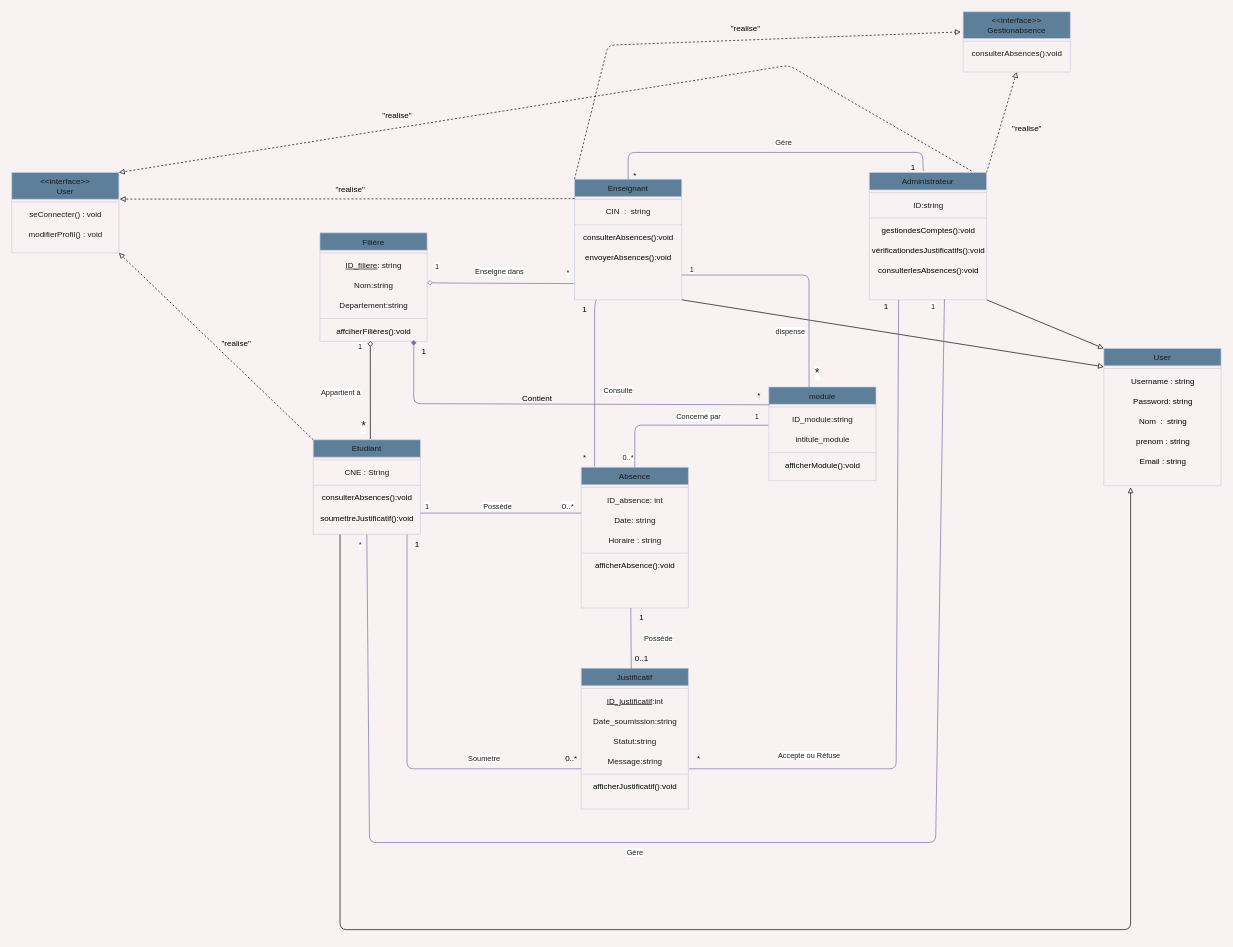
Above: uml/diagrame_de_classe.drawio in Marcel-Fassou-28/Gestion_Absence_PFA (draw.io), before the change. Source tidied: cells renumbered, new cells numbered last; positions are measured from the earlier drawing's top-left corner, leaving out a move shared by most shapes. Both pictures are drawn from the tidied source at 67%, with x=0, y=0 at pixel (11, 11).
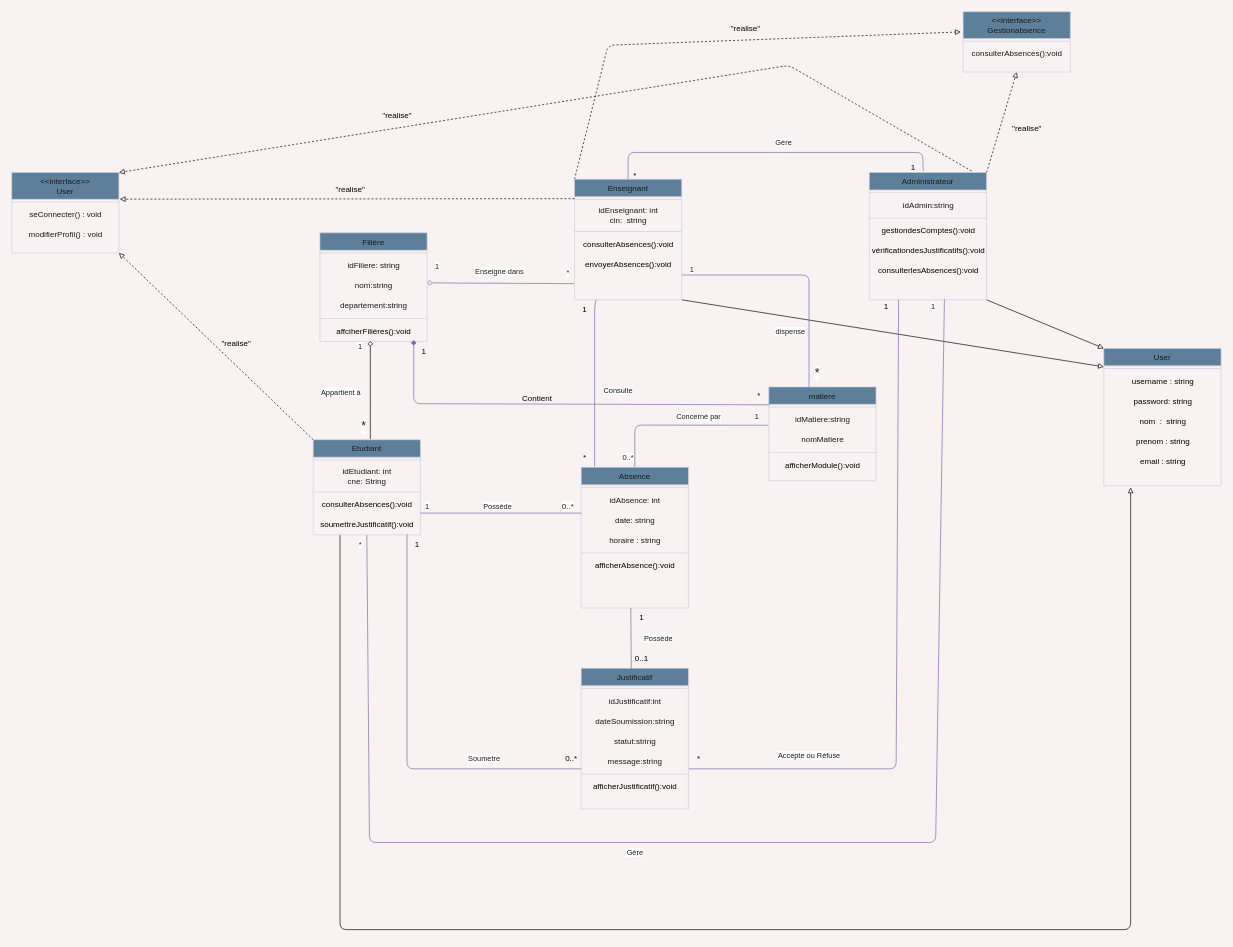
After the change.

Commit message (it also covers changes not shown here):
Version finale des diagrammes

Unchanged cells that the change refers to:
```xml
<mxCell id="12" value="Enseignant" style="swimlane;fontStyle=0;align=center;verticalAlign=top;horizontal=1;startSize=26;rounded=0;shadow=0;strokeWidth=1;labelBackgroundColor=none;fillColor=#5D7F99;strokeColor=#D0CEE2;fontColor=#1A1A1A;" parent="1" vertex="1">
  <mxGeometry x="840" y="250" width="160" height="180" as="geometry" />
</mxCell>
<mxCell id="20" value="Administrateur" style="swimlane;fontStyle=0;align=center;verticalAlign=top;horizontal=1;startSize=26;rounded=0;shadow=0;strokeWidth=1;labelBackgroundColor=none;fillColor=#5D7F99;strokeColor=#D0CEE2;fontColor=#1A1A1A;" parent="1" vertex="1">
  <mxGeometry x="1280" y="240" width="175" height="190" as="geometry" />
</mxCell>
<mxCell id="27" value="Filière" style="swimlane;fontStyle=0;align=center;verticalAlign=top;horizontal=1;startSize=26;rounded=0;shadow=0;strokeWidth=1;labelBackgroundColor=none;fillColor=#5D7F99;strokeColor=#D0CEE2;fontColor=#1A1A1A;" parent="1" vertex="1">
  <mxGeometry x="460" y="330" width="160" height="162" as="geometry" />
</mxCell>
<mxCell id="40" value="Absence" style="swimlane;fontStyle=0;align=center;verticalAlign=top;horizontal=1;startSize=26;rounded=0;shadow=0;strokeWidth=1;labelBackgroundColor=none;fillColor=#5D7F99;strokeColor=#D0CEE2;fontColor=#1A1A1A;" parent="1" vertex="1">
  <mxGeometry x="850" y="680" width="160" height="210" as="geometry" />
</mxCell>
<mxCell id="72" value="Justificatif" style="swimlane;fontStyle=0;align=center;verticalAlign=top;horizontal=1;startSize=26;rounded=0;shadow=0;strokeWidth=1;labelBackgroundColor=none;fillColor=#5D7F99;strokeColor=#D0CEE2;fontColor=#1A1A1A;" parent="1" vertex="1">
  <mxGeometry x="850" y="980" width="160" height="210" as="geometry" />
</mxCell>
<mxCell id="116" value="User" style="swimlane;fontStyle=0;align=center;verticalAlign=top;horizontal=1;startSize=26;rounded=0;shadow=0;strokeWidth=1;labelBackgroundColor=none;fillColor=#5D7F99;strokeColor=#D0CEE2;fontColor=#1A1A1A;" parent="1" vertex="1">
  <mxGeometry x="1630" y="502.5" width="175" height="205" as="geometry" />
</mxCell>
```

What changed in the source:
```diff
@@
     <mxCell id="4" value="Etudiant" style="swimlane;fontStyle=0;align=center;verticalAlign=top;horizontal=1;startSize=26;rounded=0;shadow=0;strokeWidth=1;labelBackgroundColor=none;fillColor=#5D7F99;strokeColor=#D0CEE2;fontColor=#1A1A1A;" parent="1" vertex="1">
-      <mxGeometry x="450" y="638.8" width="160" height="141.2" as="geometry" />
+      <mxGeometry x="450" y="638.8" width="160" height="142" as="geometry" />
     </mxCell>
@@
-    <mxCell id="6" value="CNE : String" style="text;html=1;align=center;verticalAlign=middle;strokeColor=none;fillColor=none;fontColor=#1A1A1A;" parent="4" vertex="1">
-      <mxGeometry y="34" width="160" height="30" as="geometry" />
+    <mxCell id="6" value="&lt;div&gt;idEtudiant: int&lt;/div&gt;cne: String" style="text;html=1;align=center;verticalAlign=middle;strokeColor=none;fillColor=none;fontColor=#1A1A1A;" parent="4" vertex="1">
+      <mxGeometry y="34" width="160" height="40" as="geometry" />
     </mxCell>
     <mxCell id="7" style="line;html=1;strokeWidth=1;align=left;verticalAlign=middle;spacingTop=-1;spacingLeft=3;spacingRight=3;labelPosition=right;labelBackgroundColor=none;fillColor=#5D7F99;strokeColor=#D0CEE2;fontColor=#1A1A1A;rounded=0;" parent="4" vertex="1">
-      <mxGeometry y="64" width="160" height="8" as="geometry" />
+      <mxGeometry y="74" width="160" height="8" as="geometry" />
     </mxCell>
     <mxCell id="8" value="consulterAbsences():void" style="text;html=1;align=center;verticalAlign=middle;strokeColor=none;fillColor=none;" parent="4" vertex="1">
-      <mxGeometry y="72" width="160" height="30" as="geometry" />
+      <mxGeometry y="82" width="160" height="30" as="geometry" />
     </mxCell>
     <mxCell id="9" value="soumettreJustificatif():void" style="text;html=1;align=center;verticalAlign=middle;strokeColor=none;fillColor=none;" parent="4" vertex="1">
-      <mxGeometry y="102" width="160" height="30" as="geometry" />
+      <mxGeometry y="112" width="160" height="30" as="geometry" />
     </mxCell>
@@
-    <mxCell id="14" value="CIN&amp;nbsp;&amp;nbsp;:&amp;nbsp; string" style="text;html=1;align=center;verticalAlign=middle;strokeColor=none;fillColor=none;fontColor=#1A1A1A;" parent="12" vertex="1">
-      <mxGeometry y="34" width="160" height="30" as="geometry" />
+    <mxCell id="14" value="&lt;div&gt;idEnseignant: int&lt;/div&gt;cin:&amp;nbsp; string" style="text;html=1;align=center;verticalAlign=middle;strokeColor=none;fillColor=none;fontColor=#1A1A1A;" parent="12" vertex="1">
+      <mxGeometry y="34" width="160" height="40" as="geometry" />
     </mxCell>
     <mxCell id="15" style="line;html=1;strokeWidth=1;align=left;verticalAlign=middle;spacingTop=-1;spacingLeft=3;spacingRight=3;labelPosition=right;labelBackgroundColor=none;fillColor=#5D7F99;strokeColor=#D0CEE2;fontColor=#1A1A1A;rounded=0;" parent="12" vertex="1">
-      <mxGeometry y="64" width="160" height="8" as="geometry" />
+      <mxGeometry y="74" width="160" height="8" as="geometry" />
     </mxCell>
     <mxCell id="16" value="consulterAbsences():void" style="text;html=1;align=center;verticalAlign=middle;strokeColor=none;fillColor=none;" parent="12" vertex="1">
-      <mxGeometry y="72" width="160" height="30" as="geometry" />
+      <mxGeometry y="82" width="160" height="30" as="geometry" />
     </mxCell>
     <mxCell id="17" value="envoyerAbsences():void" style="text;html=1;align=center;verticalAlign=middle;strokeColor=none;fillColor=none;" parent="12" vertex="1">
-      <mxGeometry y="102" width="160" height="30" as="geometry" />
+      <mxGeometry y="112" width="160" height="30" as="geometry" />
     </mxCell>
@@
-    <mxCell id="22" value="ID:string" style="text;html=1;align=center;verticalAlign=middle;strokeColor=none;fillColor=none;fontColor=#1A1A1A;" parent="20" vertex="1">
+    <mxCell id="22" value="idAdmin:string" style="text;html=1;align=center;verticalAlign=middle;strokeColor=none;fillColor=none;fontColor=#1A1A1A;" parent="20" vertex="1">
       <mxGeometry y="34" width="175" height="30" as="geometry" />
     </mxCell>
@@
-    <mxCell id="29" value="&lt;u&gt;ID_filiere&lt;/u&gt;: string" style="text;html=1;align=center;verticalAlign=middle;strokeColor=none;fillColor=none;fontColor=#1A1A1A;" parent="27" vertex="1">
+    <mxCell id="29" value="idFiliere: string" style="text;html=1;align=center;verticalAlign=middle;strokeColor=none;fillColor=none;fontColor=#1A1A1A;" parent="27" vertex="1">
       <mxGeometry y="34" width="160" height="30" as="geometry" />
     </mxCell>
-    <mxCell id="30" value="Nom:string" style="text;html=1;align=center;verticalAlign=middle;strokeColor=none;fillColor=none;fontColor=#1A1A1A;" parent="27" vertex="1">
+    <mxCell id="30" value="nom:string" style="text;html=1;align=center;verticalAlign=middle;strokeColor=none;fillColor=none;fontColor=#1A1A1A;" parent="27" vertex="1">
       <mxGeometry y="64" width="160" height="30" as="geometry" />
     </mxCell>
-    <mxCell id="31" value="Departement:string" style="text;html=1;align=center;verticalAlign=middle;strokeColor=none;fillColor=none;fontColor=#1A1A1A;" parent="27" vertex="1">
+    <mxCell id="31" value="departement:string" style="text;html=1;align=center;verticalAlign=middle;strokeColor=none;fillColor=none;fontColor=#1A1A1A;" parent="27" vertex="1">
       <mxGeometry y="94" width="160" height="30" as="geometry" />
     </mxCell>
@@
-    <mxCell id="34" value="module" style="swimlane;fontStyle=0;align=center;verticalAlign=top;horizontal=1;startSize=26;rounded=0;shadow=0;strokeWidth=1;labelBackgroundColor=none;fillColor=#5D7F99;strokeColor=#D0CEE2;fontColor=#1A1A1A;" parent="1" vertex="1">
+    <mxCell id="34" value="matiere" style="swimlane;fontStyle=0;align=center;verticalAlign=top;horizontal=1;startSize=26;rounded=0;shadow=0;strokeWidth=1;labelBackgroundColor=none;fillColor=#5D7F99;strokeColor=#D0CEE2;fontColor=#1A1A1A;" parent="1" vertex="1">
       <mxGeometry x="1130" y="560" width="160" height="140" as="geometry" />
     </mxCell>
@@
-    <mxCell id="36" value="ID_module:string" style="text;html=1;align=center;verticalAlign=middle;points=[];strokeColor=none;fillColor=none;fontColor=#1A1A1A;" parent="34" vertex="1">
+    <mxCell id="36" value="idMatiere:string" style="text;html=1;align=center;verticalAlign=middle;points=[];strokeColor=none;fillColor=none;fontColor=#1A1A1A;" parent="34" vertex="1">
       <mxGeometry y="34" width="160" height="30" as="geometry" />
     </mxCell>
-    <mxCell id="37" value="intitule_module" style="text;html=1;align=center;verticalAlign=middle;strokeColor=none;fillColor=none;fontColor=#1A1A1A;" parent="34" vertex="1">
+    <mxCell id="37" value="nomMatiere" style="text;html=1;align=center;verticalAlign=middle;strokeColor=none;fillColor=none;fontColor=#1A1A1A;" parent="34" vertex="1">
       <mxGeometry y="64" width="160" height="30" as="geometry" />
     </mxCell>
@@
-    <mxCell id="42" value="ID_absence: int" style="text;html=1;align=center;verticalAlign=middle;strokeColor=none;fillColor=none;fontColor=#1A1A1A;" parent="40" vertex="1">
+    <mxCell id="42" value="idAbsence: int" style="text;html=1;align=center;verticalAlign=middle;strokeColor=none;fillColor=none;fontColor=#1A1A1A;" parent="40" vertex="1">
       <mxGeometry y="34" width="160" height="30" as="geometry" />
     </mxCell>
-    <mxCell id="43" value="Date: string" style="text;html=1;align=center;verticalAlign=middle;points=[];strokeColor=none;fillColor=none;fontColor=#1A1A1A;" parent="40" vertex="1">
+    <mxCell id="43" value="date: string" style="text;html=1;align=center;verticalAlign=middle;points=[];strokeColor=none;fillColor=none;fontColor=#1A1A1A;" parent="40" vertex="1">
       <mxGeometry y="64" width="160" height="30" as="geometry" />
     </mxCell>
-    <mxCell id="44" value="Horaire : string" style="text;html=1;align=center;verticalAlign=middle;strokeColor=none;fillColor=none;fontColor=#1A1A1A;" parent="40" vertex="1">
+    <mxCell id="44" value="horaire : string" style="text;html=1;align=center;verticalAlign=middle;strokeColor=none;fillColor=none;fontColor=#1A1A1A;" parent="40" vertex="1">
       <mxGeometry y="94" width="160" height="30" as="geometry" />
     </mxCell>
@@
-    <mxCell id="74" value="&lt;u&gt;ID_justificatif&lt;/u&gt;:int" style="text;html=1;align=center;verticalAlign=middle;strokeColor=none;fillColor=none;fontColor=#1A1A1A;" parent="72" vertex="1">
+    <mxCell id="74" value="idJustificatif:int" style="text;html=1;align=center;verticalAlign=middle;strokeColor=none;fillColor=none;fontColor=#1A1A1A;" parent="72" vertex="1">
       <mxGeometry y="34" width="160" height="30" as="geometry" />
     </mxCell>
-    <mxCell id="75" value="Date_soumission:string" style="text;html=1;align=center;verticalAlign=middle;strokeColor=none;fillColor=none;fontColor=#1A1A1A;" parent="72" vertex="1">
+    <mxCell id="75" value="dateSoumission:string" style="text;html=1;align=center;verticalAlign=middle;strokeColor=none;fillColor=none;fontColor=#1A1A1A;" parent="72" vertex="1">
       <mxGeometry y="64" width="160" height="30" as="geometry" />
     </mxCell>
-    <mxCell id="76" value="Statut:string" style="text;html=1;align=center;verticalAlign=middle;strokeColor=none;fillColor=none;fontColor=#1A1A1A;" parent="72" vertex="1">
+    <mxCell id="76" value="statut:string" style="text;html=1;align=center;verticalAlign=middle;strokeColor=none;fillColor=none;fontColor=#1A1A1A;" parent="72" vertex="1">
       <mxGeometry y="94" width="160" height="30" as="geometry" />
     </mxCell>
-    <mxCell id="77" value="Message:string" style="text;html=1;align=center;verticalAlign=middle;strokeColor=none;fillColor=none;fontColor=#1A1A1A;" parent="72" vertex="1">
+    <mxCell id="77" value="message:string" style="text;html=1;align=center;verticalAlign=middle;strokeColor=none;fillColor=none;fontColor=#1A1A1A;" parent="72" vertex="1">
       <mxGeometry y="124" width="160" height="30" as="geometry" />
     </mxCell>
@@
-    <mxCell id="118" value="Username : string" style="text;html=1;align=center;verticalAlign=middle;strokeColor=none;fillColor=none;" parent="116" vertex="1">
+    <mxCell id="118" value="username : string" style="text;html=1;align=center;verticalAlign=middle;strokeColor=none;fillColor=none;" parent="116" vertex="1">
       <mxGeometry y="34" width="175" height="30" as="geometry" />
     </mxCell>
-    <mxCell id="119" value="Password: string" style="text;html=1;align=center;verticalAlign=middle;strokeColor=none;fillColor=none;" parent="116" vertex="1">
+    <mxCell id="119" value="password: string" style="text;html=1;align=center;verticalAlign=middle;strokeColor=none;fillColor=none;" parent="116" vertex="1">
       <mxGeometry y="64" width="175" height="30" as="geometry" />
     </mxCell>
-    <mxCell id="120" value="Nom&amp;nbsp; :&amp;nbsp; string" style="text;html=1;align=center;verticalAlign=middle;strokeColor=none;fillColor=none;" parent="116" vertex="1">
+    <mxCell id="120" value="nom&amp;nbsp; :&amp;nbsp; string" style="text;html=1;align=center;verticalAlign=middle;strokeColor=none;fillColor=none;" parent="116" vertex="1">
       <mxGeometry y="94" width="175" height="30" as="geometry" />
     </mxCell>
@@
-    <mxCell id="122" value="Email : string" style="text;html=1;align=center;verticalAlign=middle;strokeColor=none;fillColor=none;" parent="116" vertex="1">
+    <mxCell id="122" value="email : string" style="text;html=1;align=center;verticalAlign=middle;strokeColor=none;fillColor=none;" parent="116" vertex="1">
       <mxGeometry y="154" width="175" height="30" as="geometry" />
     </mxCell>
```
